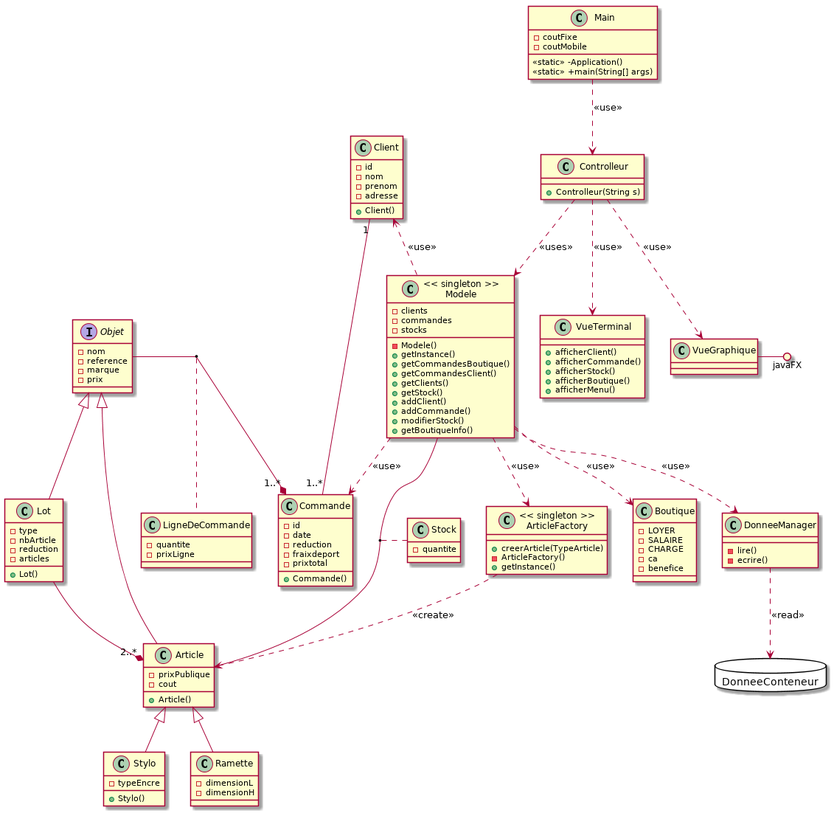
Earlier version of the PlantUML export doc/class.png (Yoanr/GestionBoutique).
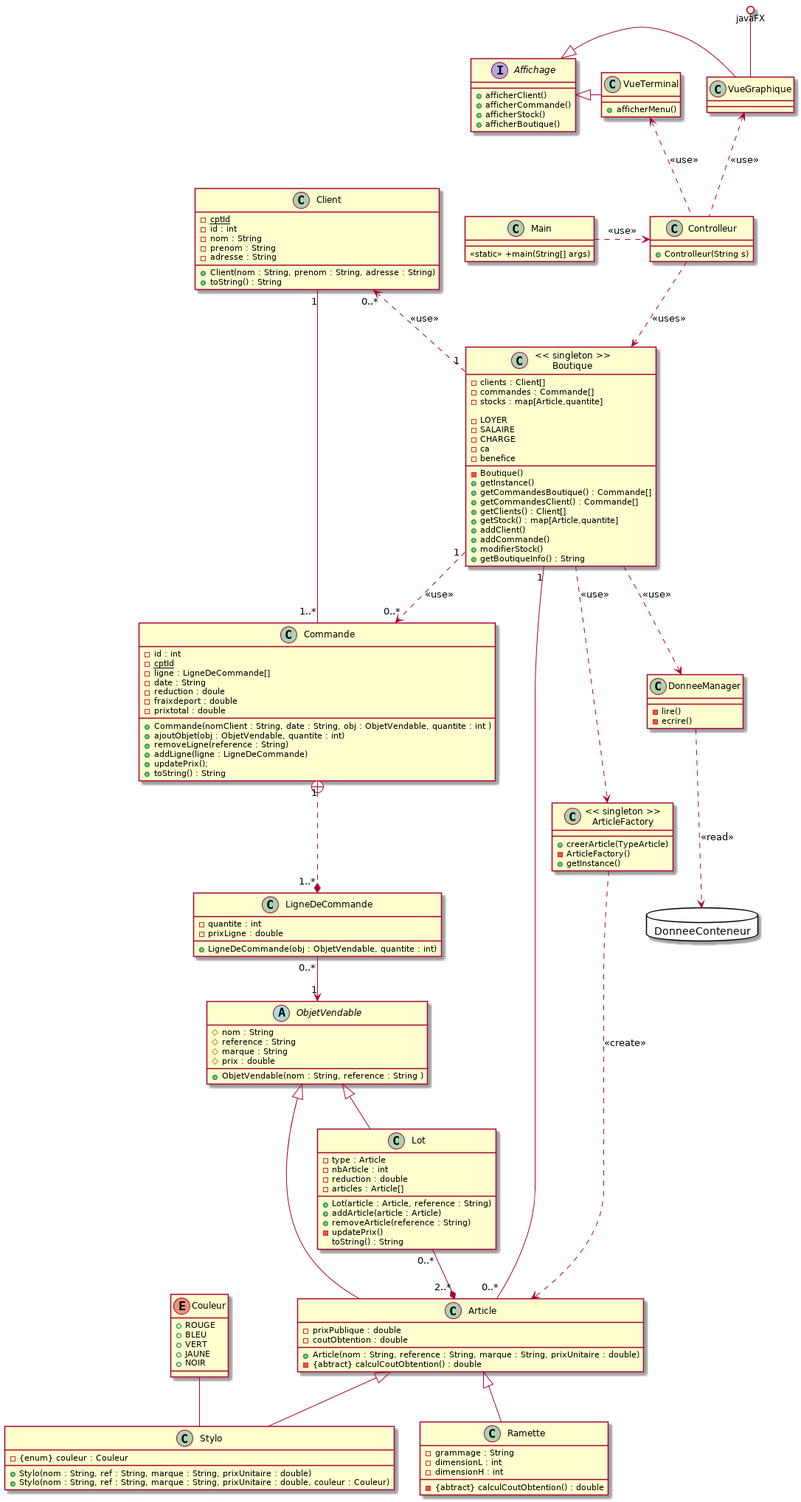
After the change.

Commit message:
amelioration de fou diag

The edit, as a diff of the source:
```diff
@@ -3,74 +3,95 @@
 database "DonneeConteneur" {
 }
 
+enum Couleur{
++ROUGE
++BLEU
++VERT
++JAUNE
++NOIR
+}
+
 class Client {
-+Client()
--id
--nom
--prenom
--adresse
++Client(nom : String, prenom : String, adresse : String)
+-{static} cptId
+-id : int
+-nom : String
+-prenom : String
+-adresse : String
++toString() : String
+
 }
 
 class Commande {
-+Commande()
--id
--date
--reduction
--fraixdeport
--prixtotal
++Commande(nomClient : String, date : String, obj : ObjetVendable, quantite : int )
+-id : int
+-{static} cptId
+-ligne : LigneDeCommande[]
+-date : String
+-reduction : doule
+-fraixdeport : double
+-prixtotal : double
++ajoutObjet(obj : ObjetVendable, quantite : int)
++removeLigne(reference : String)
++addLigne(ligne : LigneDeCommande)
++updatePrix();
++toString() : String
+}
+
+class LigneDeCommande{
++LigneDeCommande(obj : ObjetVendable, quantite : int)
+-quantite : int
+-prixLigne : double
 
 }
 
-class Boutique {
--LOYER
--SALAIRE
--CHARGE
--ca
--benefice
-
-}
 
 class Article {
-+Article()
--prixPublique
--cout
++Article(nom : String, reference : String, marque : String, prixUnitaire : double)
+-{abtract} calculCoutObtention() : double
+-prixPublique : double
+-coutObtention : double
 }
 
 
 class Main{
--coutFixe
--coutMobile
-<<static>> -Application()
 <<static>> +main(String[] args)
 }
 
 class Lot{
-+Lot()
--type
--nbArticle
--reduction
--articles
-}
-interface Objet{
--nom
--reference
--marque
--prix
++Lot(article : Article, reference : String)
+-type : Article
+-nbArticle : int
+-reduction : double
+-articles : Article[]
++addArticle(article : Article)
++removeArticle(reference : String)
+-updatePrix()
+toString() : String
 }
 
-class LigneDeCommande{
--quantite
--prixLigne
+abstract class ObjetVendable{
+#nom : String
+#reference : String
+#marque : String
+#prix : double
++ObjetVendable(nom : String, reference : String )
+
 }
 
+
+
 class Stylo{
-+Stylo()
--typeEncre
++Stylo(nom : String, ref : String, marque : String, prixUnitaire : double)
++Stylo(nom : String, ref : String, marque : String, prixUnitaire : double, couleur : Couleur)
+-{enum} couleur : Couleur
 }
 
 class Ramette{
--dimensionL
--dimensionH
+-grammage : String
+-dimensionL : int
+-dimensionH : int
+-{abtract} calculCoutObtention() : double
 }
 
 class "<< singleton >>\nArticleFactory" as ArticleFactory{
@@ -80,36 +101,44 @@
 }
 
 
-class Stock{
--quantite
-}
 
-class "<< singleton >>\nModele" as Modele{
--Modele()
+class "<< singleton >>\nBoutique" as Boutique{
+-Boutique()
 +getInstance()
--clients
--commandes
--stocks
+-clients : Client[]
+-commandes : Commande[]
+-stocks : map[Article,quantite]
 
-+getCommandesBoutique()
-+getCommandesClient()
-+getClients()
-+getStock()
+-LOYER
+-SALAIRE
+-CHARGE
+-ca
+-benefice
+
++getCommandesBoutique() : Commande[]
++getCommandesClient() : Commande[]
++getClients() : Client[]
++getStock() : map[Article,quantite]
 +addClient()
 +addCommande()
 +modifierStock()
-+getBoutiqueInfo()
++getBoutiqueInfo() : String
 
 }
 class Controlleur{
 +Controlleur(String s)
 }
 
-class VueTerminal{
+Interface Affichage{
 +afficherClient()
 +afficherCommande()
 +afficherStock()
 +afficherBoutique()
+}
+
+class VueGraphique{
+}
+class VueTerminal{
 +afficherMenu()
 }
 
@@ -124,32 +153,34 @@
 
 
 Client "1" -- "1..*" Commande
-Article -up-|> Objet
-Lot -up-|> Objet
-Lot --* "2..*" Article
+Article  -up-|> ObjetVendable
+Lot -up-|> ObjetVendable
+Lot "0..*" --* "2..*" Article
 Stylo -up-|> Article
+Couleur -down- Stylo
 Ramette -up-|> Article
-Objet "1..*" *-left- Commande
-(Objet, Commande) .. LigneDeCommande
+Commande "1" +..* "1..*" LigneDeCommande
+LigneDeCommande "0..*" -->  "1" ObjetVendable
 
 ArticleFactory ..> Article : "<< create >>"
 
-Modele  --  Article
-(Modele, Article) .. Stock
-Modele ..> ArticleFactory : "<< use >>"
-Modele ..> Boutique : "<< use >>"
-Modele .up.> Client : << use >>
-Modele ..> Commande : << use >>
-Modele ..> DonneeManager : << use >>
+Boutique "1"  -- "0..*"  Article
+Boutique ..> ArticleFactory : "<< use >>"
+Boutique "1" .up.> "0..*" Client : << use >>
+Boutique "1" ..> "0..*" Commande : << use >>
+Boutique ..> DonneeManager : << use >>
 
 DonneeManager ..> DonneeConteneur : << read >>
 
-Controlleur ..> Modele : << uses >>
+Controlleur ..> Boutique : << uses >>
 
-Controlleur ..> VueTerminal : << use >>
-Controlleur ..> VueGraphique : << use >>
-VueGraphique -() javaFX
+Controlleur .up.> VueTerminal : << use >>
+Controlleur .up.> VueGraphique : << use >>
+ javaFX ()-- VueGraphique
+
+VueTerminal -up|> Affichage
+VueGraphique -up|> Affichage
 
 
-Main ..> Controlleur : << use >>
+Main .right.> Controlleur : << use >>
 @enduml
```
